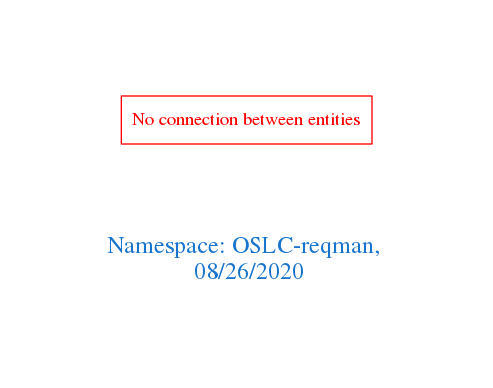
Earlier version of the Graphviz export downloads/OSLC-reqman.png (arago/OGIT). Its source is kept beside it as downloads/OSLC-reqman.dot.
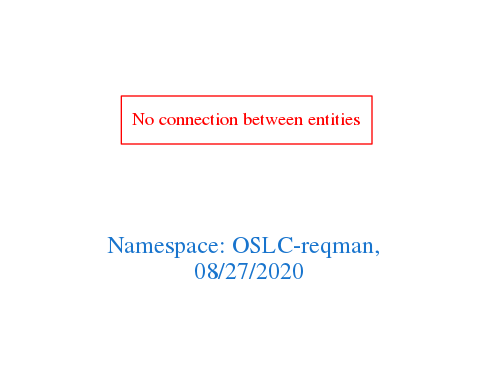
After the commit.

What changed in the source:
```diff
@@ -1,7 +1,7 @@
 digraph OGIT_ontology {
  graph [ rankdir= LR,pad=1
 fontsize = 18,
-fontcolor= dodgerblue3,label = "\n\n\nNamespace: OSLC-reqman, \n 08/26/2020"];
+fontcolor= dodgerblue3,label = "\n\n\nNamespace: OSLC-reqman, \n 08/27/2020"];
 node[shape=polygon];
 edge [  color="gray81"];
 
```
